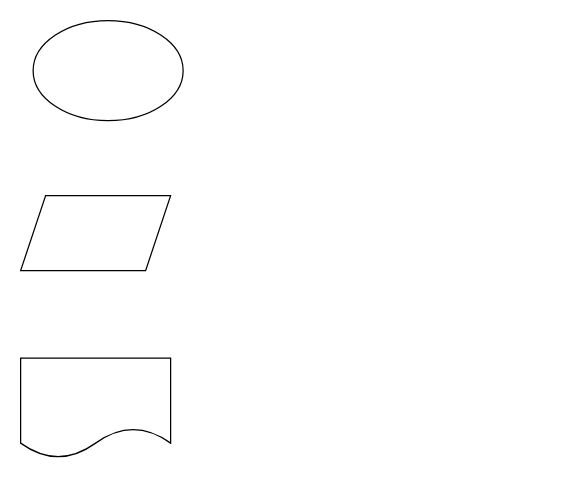
Before: 未命名绘图.drawio in shinji3887/tapdtest, a draw.io diagram. Source tidied: cells renumbered, new cells numbered last; positions are measured from the earlier drawing's top-left corner, leaving out a move shared by most shapes. Both pictures are drawn from the tidied source at 125%, with x=0, y=0 at pixel (20, 20).
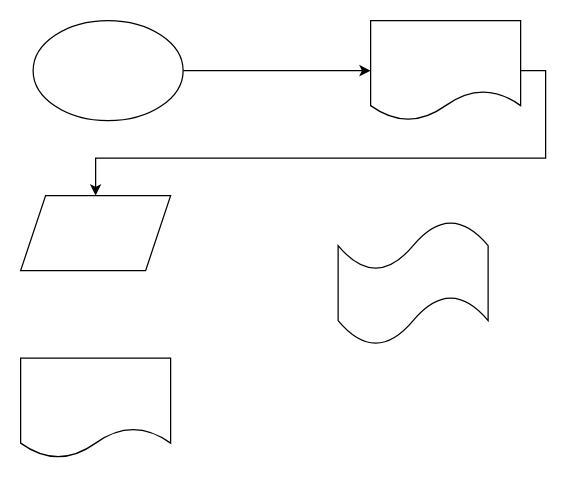
The same diagram, later.

Commit message:
更新未命名绘图.drawio

Diff of the diagram source:
```diff
@@
 <mxGraphModel>
   <root>
     <mxCell id="0" />
     <mxCell id="1" parent="0" />
+    <mxCell id="5" style="edgeStyle=orthogonalEdgeStyle;rounded=0;jettySize=auto;html=1;exitX=1;exitY=0.5;exitDx=0;exitDy=0;" parent="1" edge="1" source="2" target="7">
+      <mxGeometry relative="1" as="geometry" />
+    </mxCell>
     <mxCell id="2" style="ellipse;whiteSpace=wrap;html=1;" parent="1" vertex="1">
       <mxGeometry x="10" width="120" height="80" as="geometry" />
     </mxCell>
     <mxCell id="3" style="shape=parallelogram;perimeter=parallelogramPerimeter;whiteSpace=wrap;html=1;fixedSize=1;" parent="1" vertex="1">
       <mxGeometry y="140" width="120" height="60" as="geometry" />
     </mxCell>
     <mxCell id="4" style="shape=document;whiteSpace=wrap;html=1;boundedLbl=1;" parent="1" vertex="1">
       <mxGeometry y="270" width="120" height="80" as="geometry" />
     </mxCell>
+    <mxCell id="6" style="edgeStyle=orthogonalEdgeStyle;rounded=0;jettySize=auto;html=1;exitX=1;exitY=0.5;exitDx=0;exitDy=0;entryX=0.5;entryY=0;entryDx=0;entryDy=0;" parent="1" edge="1" source="7" target="3">
+      <mxGeometry relative="1" as="geometry" />
+    </mxCell>
+    <mxCell id="7" style="shape=document;whiteSpace=wrap;html=1;boundedLbl=1;" parent="1" vertex="1">
+      <mxGeometry x="280" width="120" height="80" as="geometry" />
+    </mxCell>
+    <mxCell id="8" style="shape=tape;whiteSpace=wrap;html=1;" parent="1" vertex="1">
+      <mxGeometry x="254" y="160" width="120" height="100" as="geometry" />
+    </mxCell>
   </root>
 </mxGraphModel>
```
